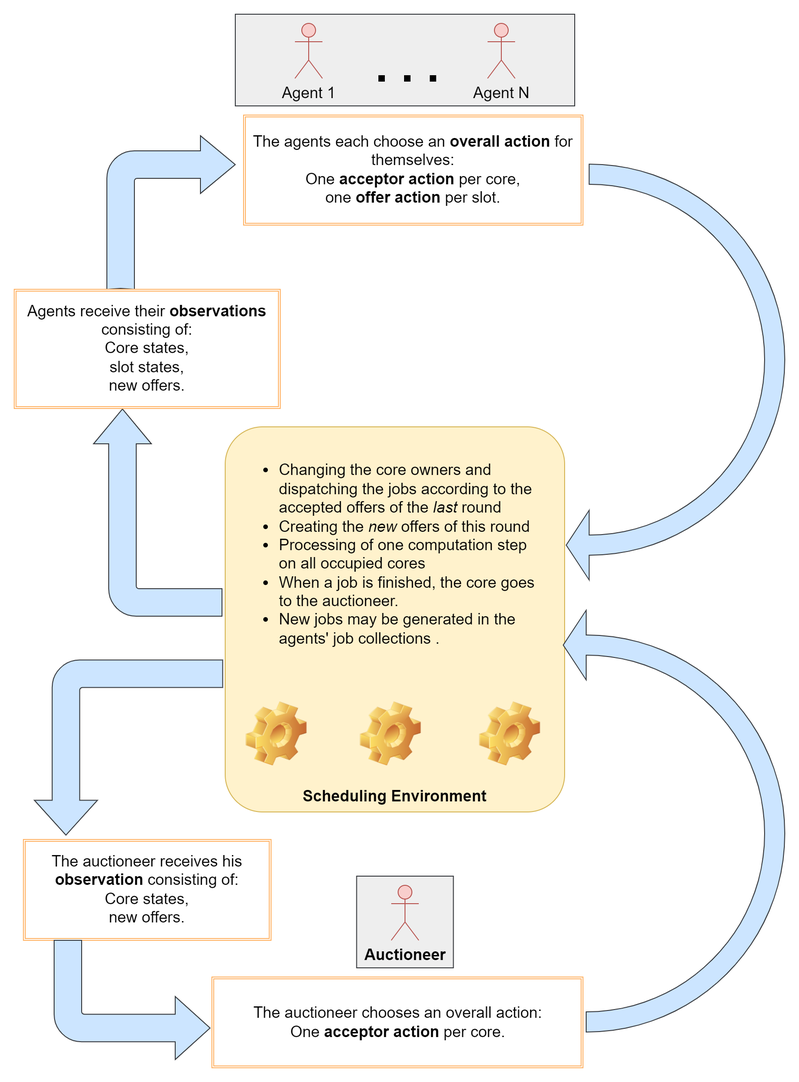
Above: img/loop.png in lr40/marl-scheduling (draw.io), before the change. Source tidied: cells renumbered, new cells last; positions are measured from the earlier drawing's top-left corner, leaving out a move shared by most shapes.
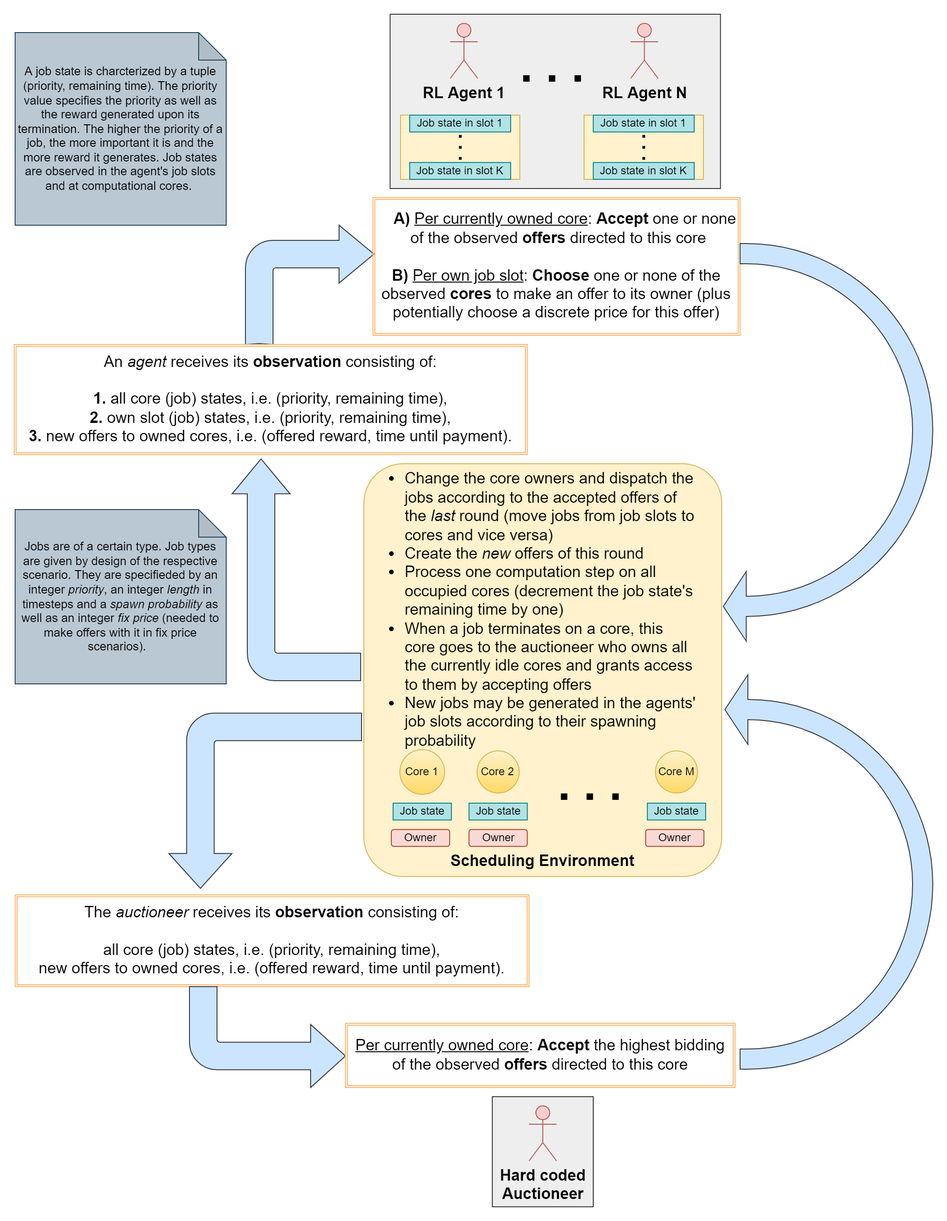
Later version of the same file.

Diff of the diagram source:
```diff
@@ -3,70 +3,133 @@
     <mxCell id="0" />
     <mxCell id="1" parent="0" />
     <mxCell id="2" style="rounded=0;whiteSpace=wrap;html=1;labelBackgroundColor=none;fontSize=17;strokeColor=#36393d;fillColor=#eeeeee;" parent="1" vertex="1">
-      <mxGeometry x="373.2" y="940" width="105.5" height="100" as="geometry" />
+      <mxGeometry x="370" y="1110" width="110" height="120" as="geometry" />
     </mxCell>
     <mxCell id="3" style="rounded=0;whiteSpace=wrap;html=1;labelBackgroundColor=none;fontSize=17;strokeColor=#36393d;fillColor=#eeeeee;" parent="1" vertex="1">
-      <mxGeometry x="241" width="370" height="100" as="geometry" />
+      <mxGeometry x="258.6" y="-70" width="360" height="190" as="geometry" />
     </mxCell>
     <mxCell id="4" style="html=1;shadow=0;dashed=0;align=center;verticalAlign=middle;shape=mxgraph.arrows2.bendArrow;dy=15;dx=38;notch=1;arrowHead=63;rounded=1;fillColor=#cce5ff;strokeColor=#36393d;" parent="1" vertex="1">
-      <mxGeometry x="101" y="132.5" width="140" height="167.5" as="geometry" />
+      <mxGeometry x="101" y="160" width="140" height="130" as="geometry" />
     </mxCell>
     <mxCell id="5" style="html=1;shadow=0;dashed=0;align=center;verticalAlign=middle;shape=mxgraph.arrows2.bendArrow;dy=15;dx=38;notch=0;arrowHead=63;rounded=1;rotation=-90;fillColor=#cce5ff;strokeColor=#36393d;" parent="1" vertex="1">
-      <mxGeometry x="43.5" y="473.5" width="226" height="140" as="geometry" />
+      <mxGeometry x="35.6" y="465.6" width="241.8" height="140" as="geometry" />
     </mxCell>
-    <mxCell id="6" value="Agent 1" style="shape=umlActor;verticalLabelPosition=bottom;verticalAlign=top;html=1;labelBackgroundColor=none;fontSize=17;strokeColor=#b85450;fillColor=#f8cecc;" parent="1" vertex="1">
-      <mxGeometry x="306" y="10" width="30" height="60" as="geometry" />
+    <mxCell id="6" value="&lt;b&gt;RL Agent 1&lt;/b&gt;" style="shape=umlActor;verticalLabelPosition=bottom;verticalAlign=top;html=1;labelBackgroundColor=none;fontSize=17;strokeColor=#b85450;fillColor=#f8cecc;" parent="1" vertex="1">
+      <mxGeometry x="324.1" y="-60" width="30" height="60" as="geometry" />
     </mxCell>
-    <mxCell id="7" value="Agent N" style="shape=umlActor;verticalLabelPosition=bottom;verticalAlign=top;html=1;labelBackgroundColor=none;fontSize=17;strokeColor=#b85450;fillColor=#f8cecc;" parent="1" vertex="1">
-      <mxGeometry x="516" y="10" width="30" height="60" as="geometry" />
+    <mxCell id="7" value="&lt;b&gt;RL Agent N&lt;/b&gt;" style="shape=umlActor;verticalLabelPosition=bottom;verticalAlign=top;html=1;labelBackgroundColor=none;fontSize=17;strokeColor=#b85450;fillColor=#f8cecc;" parent="1" vertex="1">
+      <mxGeometry x="520.8" y="-60" width="30" height="60" as="geometry" />
     </mxCell>
     <mxCell id="8" style="endArrow=none;dashed=1;html=1;dashPattern=1 3;strokeWidth=7;fontSize=17;" parent="1" edge="1">
       <mxGeometry relative="1" as="geometry">
-        <mxPoint x="397" y="70" as="sourcePoint" />
-        <mxPoint x="467" y="70" as="targetPoint" />
+        <mxPoint x="403.6" as="sourcePoint" />
+        <mxPoint x="473.6" as="targetPoint" />
       </mxGeometry>
     </mxCell>
     <mxCell id="9" value="Scheduling Environment" style="label;whiteSpace=wrap;html=1;align=center;verticalAlign=bottom;spacingLeft=0;spacingBottom=4;imageAlign=center;imageVerticalAlign=top;labelBackgroundColor=none;fontSize=17;strokeColor=#d6b656;fillColor=#fff2cc;arcSize=11;" parent="1" vertex="1">
-      <mxGeometry x="230" y="450" width="370" height="420" as="geometry" />
+      <mxGeometry x="230" y="420" width="390" height="450" as="geometry" />
     </mxCell>
-    <mxCell id="10" style="shape=image;html=1;verticalLabelPosition=bottom;verticalAlign=top;imageAspect=0;image=img/clipart/Gear_128x128.png;labelBackgroundColor=none;fontSize=17;strokeColor=#000000;fillColor=none;gradientColor=none;" parent="1" vertex="1">
-      <mxGeometry x="252.8" y="750" width="66.5" height="70" as="geometry" />
-    </mxCell>
-    <mxCell id="11" style="shape=image;html=1;verticalLabelPosition=bottom;verticalAlign=top;imageAspect=0;image=img/clipart/Gear_128x128.png;labelBackgroundColor=none;fontSize=17;strokeColor=#000000;fillColor=none;gradientColor=none;" parent="1" vertex="1">
-      <mxGeometry x="507.2" y="750" width="66.5" height="70" as="geometry" />
-    </mxCell>
-    <mxCell id="12" style="shape=image;html=1;verticalLabelPosition=bottom;verticalAlign=top;imageAspect=0;image=img/clipart/Gear_128x128.png;labelBackgroundColor=none;fontSize=17;strokeColor=#000000;fillColor=none;gradientColor=none;" parent="1" vertex="1">
-      <mxGeometry x="377.2" y="750" width="66.5" height="70" as="geometry" />
-    </mxCell>
-    <mxCell id="13" value="&lt;div&gt;The agents each choose an &lt;b&gt;overall action&lt;/b&gt; for themselves:&lt;/div&gt;&lt;div&gt;One &lt;b&gt;acceptor action&lt;/b&gt; per core,&lt;/div&gt;&lt;div&gt;one &lt;b&gt;offer action&lt;/b&gt; per slot.&lt;/div&gt;" style="shape=ext;double=1;rounded=0;whiteSpace=wrap;html=1;labelBackgroundColor=none;fontSize=17;fillColor=none;gradientColor=none;strokeColor=#FFB366;" parent="1" vertex="1">
-      <mxGeometry x="250" y="110" width="370" height="120" as="geometry" />
+    <mxCell id="13" value="&lt;div&gt;&lt;span style=&quot;background-color: initial;&quot;&gt;&lt;b&gt;&amp;nbsp; &amp;nbsp; A)&amp;nbsp;&lt;/b&gt;&lt;/span&gt;&lt;u style=&quot;background-color: initial;&quot;&gt;Per currently owned core&lt;/u&gt;&lt;span style=&quot;background-color: initial;&quot;&gt;:&amp;nbsp;&lt;/span&gt;&lt;b style=&quot;background-color: initial;&quot;&gt;Accept&lt;/b&gt;&lt;span style=&quot;background-color: initial;&quot;&gt;&amp;nbsp;one or none&lt;br&gt;&amp;nbsp;of the observed &lt;/span&gt;&lt;b style=&quot;background-color: initial;&quot;&gt;offers&lt;/b&gt;&lt;span style=&quot;background-color: initial;&quot;&gt; directed to this core&lt;br&gt;&lt;/span&gt;&lt;br&gt;&lt;/div&gt;&lt;b&gt;B)&amp;nbsp;&lt;/b&gt;&lt;u style=&quot;background-color: initial;&quot;&gt;Per own job slot&lt;/u&gt;&lt;span style=&quot;background-color: initial;&quot;&gt;: &lt;/span&gt;&lt;b style=&quot;background-color: initial;&quot;&gt;Choose&lt;/b&gt;&lt;span style=&quot;background-color: initial;&quot;&gt;&amp;nbsp;one or none of the observed &lt;/span&gt;&lt;b style=&quot;background-color: initial;&quot;&gt;cores&lt;/b&gt;&lt;span style=&quot;background-color: initial;&quot;&gt;&amp;nbsp;to make an offer to its owner (plus potentially choose a discrete price for this offer)&lt;/span&gt;&lt;b&gt;&lt;br&gt;&lt;/b&gt;" style="shape=ext;double=1;rounded=0;whiteSpace=wrap;html=1;labelBackgroundColor=none;fontSize=17;fillColor=none;gradientColor=none;strokeColor=#FFB366;" parent="1" vertex="1">
+      <mxGeometry x="240" y="130" width="400" height="150" as="geometry" />
     </mxCell>
-    <mxCell id="14" value="&lt;div&gt;Agents receive their &lt;b&gt;observations&lt;/b&gt; consisting of:&lt;br&gt;&lt;span&gt;Core states,&lt;/span&gt;&lt;/div&gt;&lt;div&gt;slot states,&lt;/div&gt;&lt;div&gt;new offers.&lt;/div&gt;" style="shape=ext;double=1;rounded=0;whiteSpace=wrap;html=1;labelBackgroundColor=none;fontSize=17;fillColor=none;gradientColor=none;strokeColor=#FFB366;" parent="1" vertex="1">
-      <mxGeometry y="300" width="290" height="130" as="geometry" />
+    <mxCell id="14" value="&lt;div&gt;An&lt;i style=&quot;&quot;&gt; agent&lt;/i&gt;&amp;nbsp;receives its&amp;nbsp;&lt;b style=&quot;&quot;&gt;observation&lt;/b&gt;&amp;nbsp;consisting of:&lt;br&gt;&lt;br&gt;&lt;b&gt;1.&amp;nbsp;&lt;/b&gt;all core (job) states, i.e. (priority, remaining time),&lt;/div&gt;&lt;div&gt;&lt;b&gt;2.&amp;nbsp;&lt;/b&gt;own slot (job) states, i.e. (priority, remaining time),&lt;/div&gt;&lt;div&gt;&lt;b&gt;3.&amp;nbsp;&lt;/b&gt;new offers to owned cores, i.e. (offered reward, time until payment).&lt;/div&gt;" style="shape=ext;double=1;rounded=0;whiteSpace=wrap;html=1;labelBackgroundColor=none;fontSize=17;fillColor=none;gradientColor=none;strokeColor=#FFB366;" parent="1" vertex="1">
+      <mxGeometry x="-151" y="290" width="559" height="120" as="geometry" />
     </mxCell>
-    <mxCell id="15" value="&lt;div&gt;&lt;div&gt;&lt;ul&gt;&lt;li&gt;Changing the core owners and dispatching the jobs according to the accepted offers of the &lt;i&gt;last&lt;/i&gt; round&lt;/li&gt;&lt;li&gt;Creating the &lt;i&gt;new&lt;/i&gt; offers of this round&lt;/li&gt;&lt;li&gt;Processing of one computation step on all occupied cores&lt;/li&gt;&lt;li&gt;When a job is finished, the core goes to the auctioneer.&lt;/li&gt;&lt;li&gt;New jobs may be generated in the agents' job collections .&lt;/li&gt;&lt;/ul&gt;&lt;/div&gt;&lt;/div&gt;&lt;span&gt;&lt;br&gt;&lt;/span&gt;" style="shape=ext;double=1;rounded=0;whiteSpace=wrap;html=1;labelBackgroundColor=none;fontSize=17;fillColor=none;gradientColor=none;strokeColor=none;align=left;" parent="1" vertex="1">
-      <mxGeometry x="245.2" y="460" width="336" height="280" as="geometry" />
+    <mxCell id="15" value="&lt;div&gt;&lt;div&gt;&lt;ul&gt;&lt;li&gt;Change the core owners and dispatch the jobs according to the accepted offers of the &lt;i&gt;last&lt;/i&gt; round (move jobs from job slots to cores and vice versa)&lt;/li&gt;&lt;li&gt;Create the &lt;i&gt;new&lt;/i&gt; offers of this round&lt;/li&gt;&lt;li&gt;Process one computation step on all occupied cores (decrement the job state's remaining time by one)&lt;/li&gt;&lt;li&gt;When a job terminates on a core, this core goes to the auctioneer who owns all the currently idle cores and grants access to them by accepting offers&lt;/li&gt;&lt;li&gt;New jobs may be generated in the agents' job slots according to their spawning probability&lt;/li&gt;&lt;/ul&gt;&lt;/div&gt;&lt;/div&gt;&lt;span&gt;&lt;br&gt;&lt;/span&gt;" style="shape=ext;double=1;rounded=0;whiteSpace=wrap;html=1;labelBackgroundColor=none;fontSize=17;fillColor=none;gradientColor=none;strokeColor=none;align=left;" parent="1" vertex="1">
+      <mxGeometry x="231" y="450" width="364.8" height="280" as="geometry" />
     </mxCell>
     <mxCell id="16" style="html=1;shadow=0;dashed=0;align=center;verticalAlign=middle;shape=mxgraph.arrows2.uTurnArrow;dy=11;arrowHead=76;dx2=25;labelBackgroundColor=none;fontSize=17;fillColor=#cce5ff;strokeColor=#36393d;rotation=-180;" parent="1" vertex="1">
-      <mxGeometry x="670" y="163.5" width="170" height="453.5" as="geometry" />
+      <mxGeometry x="640" y="180" width="210" height="433.5" as="geometry" />
     </mxCell>
-    <mxCell id="17" value="&lt;b&gt;Auctioneer&lt;/b&gt;" style="shape=umlActor;verticalLabelPosition=bottom;verticalAlign=top;html=1;labelBackgroundColor=none;fontSize=17;strokeColor=#b85450;fillColor=#f8cecc;" parent="1" vertex="1">
-      <mxGeometry x="411" y="950" width="30" height="60" as="geometry" />
+    <mxCell id="17" value="&lt;b&gt;Hard coded&lt;br&gt;Auctioneer&lt;/b&gt;" style="shape=umlActor;verticalLabelPosition=bottom;verticalAlign=top;html=1;labelBackgroundColor=none;fontSize=17;strokeColor=#b85450;fillColor=#f8cecc;" parent="1" vertex="1">
+      <mxGeometry x="410" y="1120" width="30" height="60" as="geometry" />
     </mxCell>
     <mxCell id="18" style="html=1;shadow=0;dashed=0;align=center;verticalAlign=middle;shape=mxgraph.arrows2.bendArrow;dy=15;dx=38;notch=0;arrowHead=68.75;rounded=1;rotation=90;fillColor=#cce5ff;strokeColor=#36393d;flipV=1;flipH=0;" parent="1" vertex="1">
-      <mxGeometry x="29.1" y="697.1" width="191" height="205.2" as="geometry" />
+      <mxGeometry x="26.9" y="682.4" width="191" height="210" as="geometry" />
     </mxCell>
-    <mxCell id="19" value="&lt;div&gt;The auctioneer receives his &lt;b&gt;observation&lt;/b&gt; consisting of:&lt;/div&gt;&lt;div&gt;Core states,&lt;/div&gt;&lt;div&gt;new offers.&lt;/div&gt;" style="shape=ext;double=1;rounded=0;whiteSpace=wrap;html=1;labelBackgroundColor=none;fontSize=17;fillColor=none;gradientColor=none;strokeColor=#FFB366;" parent="1" vertex="1">
-      <mxGeometry x="10" y="900" width="270" height="110" as="geometry" />
+    <mxCell id="19" value="&lt;div&gt;The &lt;i style=&quot;&quot;&gt;auctioneer&lt;/i&gt; receives its&amp;nbsp;&lt;b style=&quot;&quot;&gt;observation&lt;/b&gt; consisting of:&lt;br&gt;&lt;br&gt;&lt;/div&gt;&lt;div&gt;all core (job) states, i.e. (priority, remaining time),&lt;/div&gt;new offers to owned cores, i.e. (offered reward, time until payment)." style="shape=ext;double=1;rounded=0;whiteSpace=wrap;html=1;labelBackgroundColor=none;fontSize=17;fillColor=none;gradientColor=none;strokeColor=#FFB366;" parent="1" vertex="1">
+      <mxGeometry x="-149.9" y="890" width="559.9" height="100" as="geometry" />
     </mxCell>
     <mxCell id="20" style="html=1;shadow=0;dashed=0;align=center;verticalAlign=middle;shape=mxgraph.arrows2.bendArrow;dy=15;dx=38;notch=0;arrowHead=68.75;rounded=1;rotation=0;fillColor=#cce5ff;strokeColor=#36393d;flipV=1;flipH=0;" parent="1" vertex="1">
-      <mxGeometry x="43.5" y="1010" width="170" height="130" as="geometry" />
+      <mxGeometry x="40" y="990" width="170" height="110" as="geometry" />
     </mxCell>
-    <mxCell id="21" value="&lt;div&gt;The auctioneer chooses an overall action:&lt;/div&gt;&lt;div&gt;One &lt;b&gt;acceptor action&lt;/b&gt; per core.&lt;/div&gt;" style="shape=ext;double=1;rounded=0;whiteSpace=wrap;html=1;labelBackgroundColor=none;fontSize=17;fillColor=none;gradientColor=none;strokeColor=#FFB366;" parent="1" vertex="1">
-      <mxGeometry x="215.5" y="1050" width="404.5" height="99" as="geometry" />
+    <mxCell id="21" value="&lt;u style=&quot;background-color: initial;&quot;&gt;Per currently owned core&lt;/u&gt;&lt;span style=&quot;background-color: initial;&quot;&gt;:&amp;nbsp;&lt;/span&gt;&lt;b style=&quot;background-color: initial;&quot;&gt;Accept&lt;/b&gt;&lt;span style=&quot;background-color: initial;&quot;&gt;&amp;nbsp;the highest bidding of the observed&amp;nbsp;&lt;/span&gt;&lt;b style=&quot;background-color: initial;&quot;&gt;offers&lt;/b&gt;&lt;span style=&quot;background-color: initial;&quot;&gt;&amp;nbsp;directed to this core&lt;/span&gt;" style="shape=ext;double=1;rounded=0;whiteSpace=wrap;html=1;labelBackgroundColor=none;fontSize=17;fillColor=none;gradientColor=none;strokeColor=#FFB366;" parent="1" vertex="1">
+      <mxGeometry x="210" y="1030" width="424.5" height="70" as="geometry" />
     </mxCell>
     <mxCell id="22" style="html=1;shadow=0;dashed=0;align=center;verticalAlign=middle;shape=mxgraph.arrows2.uTurnArrow;dy=11;arrowHead=76;dx2=25;labelBackgroundColor=none;fontSize=17;fillColor=#cce5ff;strokeColor=#36393d;rotation=-180;flipV=1;" parent="1" vertex="1">
-      <mxGeometry x="670" y="650" width="170" height="460" as="geometry" />
+      <mxGeometry x="640" y="650" width="210" height="430" as="geometry" />
     </mxCell>
+    <mxCell id="23" style="group;" parent="1" vertex="1">
+      <mxGeometry x="260" y="730" width="370" height="107.1" as="geometry" />
+    </mxCell>
+    <mxCell id="24" value="Core 1" style="ellipse;whiteSpace=wrap;html=1;gradientColor=#ffd966;fillColor=#fff2cc;strokeColor=#d6b656;" parent="23" vertex="1">
+      <mxGeometry x="9.3" y="1.6" width="48.7" height="48.7" as="geometry" />
+    </mxCell>
+    <mxCell id="25" value="Core 2" style="ellipse;whiteSpace=wrap;html=1;gradientColor=#ffd966;fillColor=#fff2cc;strokeColor=#d6b656;" parent="23" vertex="1">
+      <mxGeometry x="93.4" y="3.1" width="45.9" height="45.9" as="geometry" />
+    </mxCell>
+    <mxCell id="26" value="Core M" style="ellipse;whiteSpace=wrap;html=1;gradientColor=#ffd966;fillColor=#fff2cc;strokeColor=#d6b656;" parent="23" vertex="1">
+      <mxGeometry x="287.8" y="3.1" width="45.9" height="45.9" as="geometry" />
+    </mxCell>
+    <mxCell id="27" value="Owner" style="rounded=1;whiteSpace=wrap;html=1;fillColor=#fad9d5;strokeColor=#ae4132;" parent="23" vertex="1">
+      <mxGeometry y="88.8" width="63.5" height="18.4" as="geometry" />
+    </mxCell>
+    <mxCell id="28" value="Owner" style="rounded=1;whiteSpace=wrap;html=1;fillColor=#fad9d5;strokeColor=#ae4132;" parent="23" vertex="1">
+      <mxGeometry x="84.6" y="88.8" width="63.5" height="18.4" as="geometry" />
+    </mxCell>
+    <mxCell id="29" value="Owner" style="rounded=1;whiteSpace=wrap;html=1;fillColor=#fad9d5;strokeColor=#ae4132;" parent="23" vertex="1">
+      <mxGeometry x="277.1" y="88.8" width="63.5" height="18.4" as="geometry" />
+    </mxCell>
+    <mxCell id="30" style="endArrow=none;dashed=1;html=1;dashPattern=1 3;strokeWidth=7;fontSize=17;" parent="23" edge="1">
+      <mxGeometry relative="1" as="geometry">
+        <mxPoint x="184.8" y="52.9" as="sourcePoint" />
+        <mxPoint x="254.8" y="52.9" as="targetPoint" />
+      </mxGeometry>
+    </mxCell>
+    <mxCell id="31" value="Job state" style="rounded=0;whiteSpace=wrap;html=1;fillColor=#b0e3e6;strokeColor=#0e8088;" parent="23" vertex="1">
+      <mxGeometry x="279" y="60" width="63.5" height="18.4" as="geometry" />
+    </mxCell>
+    <mxCell id="32" value="Job state" style="rounded=0;whiteSpace=wrap;html=1;fillColor=#b0e3e6;strokeColor=#0e8088;" parent="23" vertex="1">
+      <mxGeometry x="84.6" y="60" width="63.5" height="18.4" as="geometry" />
+    </mxCell>
+    <mxCell id="33" value="Job state" style="rounded=0;whiteSpace=wrap;html=1;fillColor=#b0e3e6;strokeColor=#0e8088;" parent="23" vertex="1">
+      <mxGeometry x="1.9" y="60" width="63.5" height="18.4" as="geometry" />
+    </mxCell>
+    <mxCell id="34" style="shape=square;perimeter=hexagonPerimeter2;whiteSpace=wrap;html=1;fixedSize=1;rounded=0;strokeColor=#d6b656;fillColor=#fff2cc;" parent="1" vertex="1">
+      <mxGeometry x="470" y="40" width="130" height="70" as="geometry" />
+    </mxCell>
+    <mxCell id="35" value="Job state in slot 1" style="rounded=0;whiteSpace=wrap;html=1;fillColor=#b0e3e6;strokeColor=#0e8088;" parent="1" vertex="1">
+      <mxGeometry x="480" y="40" width="110" height="18.4" as="geometry" />
+    </mxCell>
+    <mxCell id="36" value="Job state in slot K" style="rounded=0;whiteSpace=wrap;html=1;fillColor=#b0e3e6;strokeColor=#0e8088;" parent="1" vertex="1">
+      <mxGeometry x="480" y="91.6" width="110" height="18.4" as="geometry" />
+    </mxCell>
+    <mxCell id="37" style="endArrow=none;dashed=1;html=1;dashPattern=1 3;strokeWidth=3;fontSize=17;" parent="1" edge="1">
+      <mxGeometry relative="1" as="geometry">
+        <mxPoint x="535.1" y="61.6" as="sourcePoint" />
+        <mxPoint x="535.1" y="91.6" as="targetPoint" />
+      </mxGeometry>
+    </mxCell>
+    <mxCell id="38" value="&lt;font style=&quot;font-size: 13px;&quot;&gt;Jobs are of a certain type. Job types are given by design of the respective scenario. They are specifieded by an integer &lt;i&gt;priority&lt;/i&gt;, an integer &lt;i&gt;length&lt;/i&gt;&amp;nbsp;in timesteps and a &lt;i&gt;spawn probability&lt;/i&gt;&amp;nbsp;as well as an integer&amp;nbsp;&lt;i&gt;fix price&lt;/i&gt;&amp;nbsp;(needed to make offers with it in fix price scenarios).&amp;nbsp;&amp;nbsp;&lt;/font&gt;" style="shape=note;whiteSpace=wrap;html=1;backgroundOutline=1;darkOpacity=0.05;fillColor=#bac8d3;strokeColor=#23445d;" parent="1" vertex="1">
+      <mxGeometry x="-150" y="470" width="230" height="190" as="geometry" />
+    </mxCell>
+    <mxCell id="39" value="&lt;span style=&quot;font-size: 13px;&quot;&gt;A job state is charcterized by a tuple (priority, remaining time). The priority value specifies the priority as well as the reward generated upon its termination. The higher the priority of a job, the more important it is and the more reward it generates. Job states are observed in the agent's job slots and at computational cores.&amp;nbsp;&lt;/span&gt;" style="shape=note;whiteSpace=wrap;html=1;backgroundOutline=1;darkOpacity=0.05;fillColor=#bac8d3;strokeColor=#23445d;" parent="1" vertex="1">
+      <mxGeometry x="-150" y="-50" width="230" height="210" as="geometry" />
+    </mxCell>
+    <mxCell id="40" style="shape=square;perimeter=hexagonPerimeter2;whiteSpace=wrap;html=1;fixedSize=1;rounded=0;strokeColor=#d6b656;fillColor=#fff2cc;" parent="1" vertex="1">
+      <mxGeometry x="270" y="40" width="130" height="70" as="geometry" />
+    </mxCell>
+    <mxCell id="41" value="Job state in slot 1" style="rounded=0;whiteSpace=wrap;html=1;fillColor=#b0e3e6;strokeColor=#0e8088;" parent="1" vertex="1">
+      <mxGeometry x="280" y="40" width="110" height="18.4" as="geometry" />
+    </mxCell>
+    <mxCell id="42" value="Job state in slot K" style="rounded=0;whiteSpace=wrap;html=1;fillColor=#b0e3e6;strokeColor=#0e8088;" parent="1" vertex="1">
+      <mxGeometry x="280" y="91.6" width="110" height="18.4" as="geometry" />
+    </mxCell>
+    <mxCell id="43" style="endArrow=none;dashed=1;html=1;dashPattern=1 3;strokeWidth=3;fontSize=17;" parent="1" edge="1">
+      <mxGeometry relative="1" as="geometry">
+        <mxPoint x="335.1" y="61.6" as="sourcePoint" />
+        <mxPoint x="335.1" y="91.6" as="targetPoint" />
+      </mxGeometry>
+    </mxCell>
   </root>
 </mxGraphModel>
```
